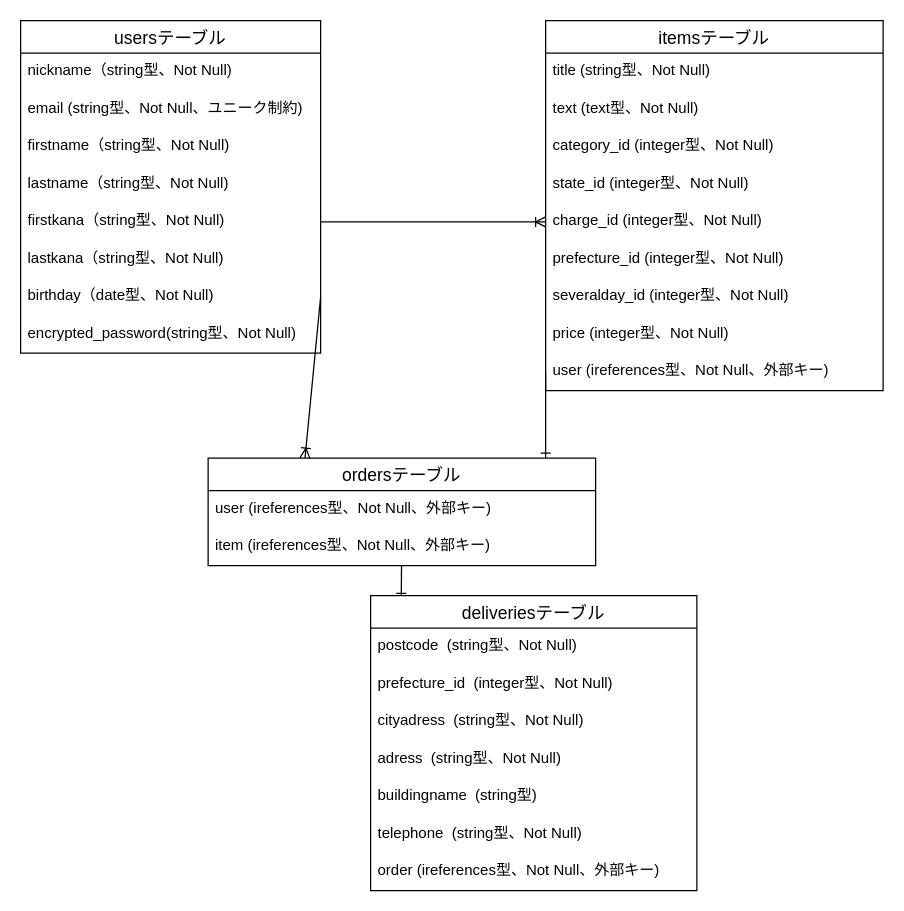
The draw.io diagram ER.dio in ayako913/furima-38843, before the edit. Source tidied: cells renumbered, new cells numbered last; positions are measured from the earlier drawing's top-left corner, leaving out a move shared by most shapes. Both pictures are drawn from the tidied source at 125%, with x=0, y=0 at pixel (20, 20).
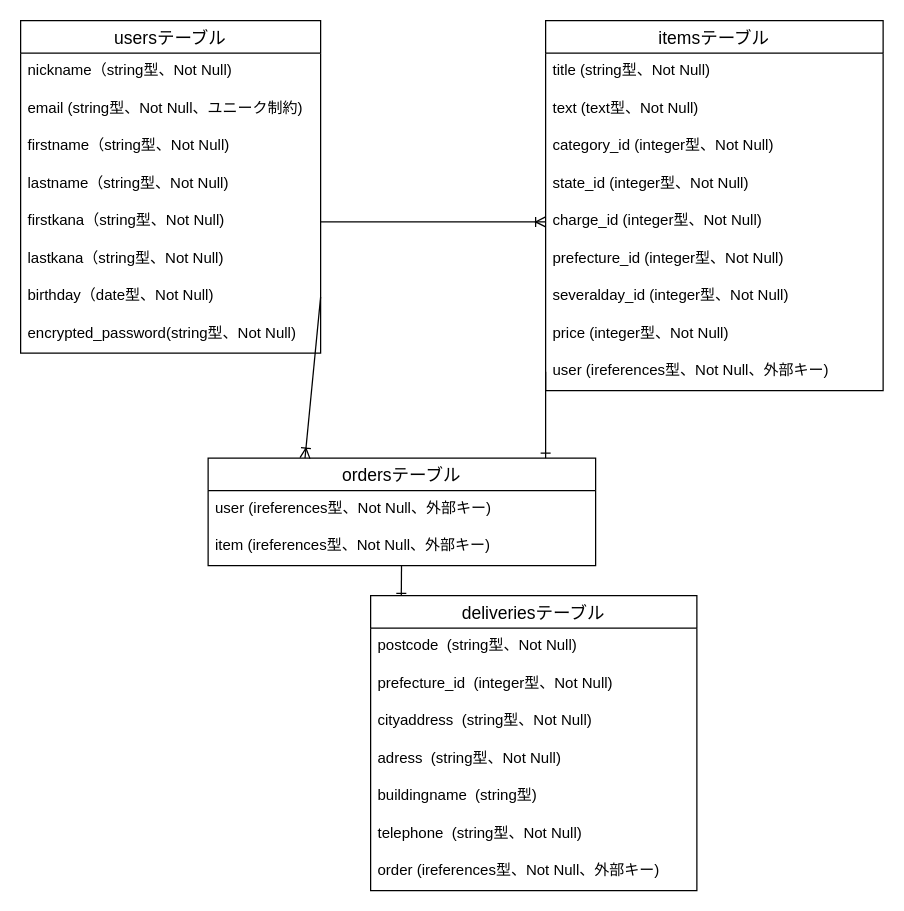
After the change.

Commit message (it also covers changes not shown here):
データベース設計の修正

The change refers to these unchanged cells:
```xml
<mxCell id="27" value="deliveriesテーブル" style="swimlane;fontStyle=0;horizontal=1;startSize=26;align=center;fontSize=14;strokeColor=default;" parent="1" vertex="1">
  <mxGeometry x="280" y="460" width="261" height="236" as="geometry" />
</mxCell>
```

Change to the diagram source:
```diff
@@
-    <mxCell id="30" value="cityadress  (string型、Not Null)" style="text;strokeColor=none;fillColor=none;spacingLeft=4;spacingRight=4;overflow=hidden;fontSize=12;" parent="27" vertex="1">
+    <mxCell id="30" value="cityaddress  (string型、Not Null)" style="text;strokeColor=none;fillColor=none;spacingLeft=4;spacingRight=4;overflow=hidden;fontSize=12;" parent="27" vertex="1">
       <mxGeometry y="86" width="261" height="30" as="geometry" />
     </mxCell>
```
